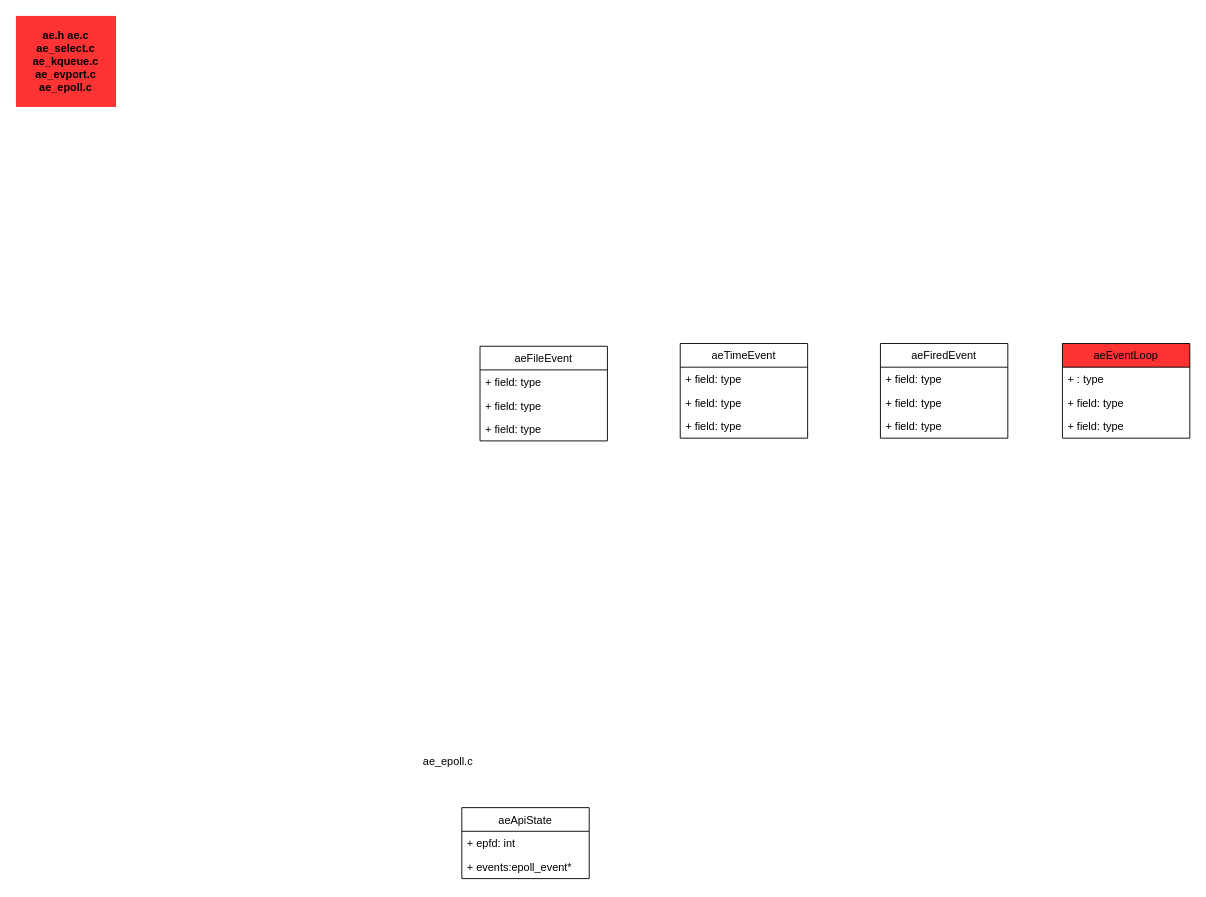
The draw.io diagram page "net & ae" (2 of 7) of redis.drawio in tadsimons/draw, before the edit. Source tidied: cells renumbered, new cells numbered last; positions are measured from the earlier drawing's top-left corner, leaving out a move shared by most shapes. Both pictures are drawn from the tidied source at 91%, with x=0, y=0 at pixel (15, 15).
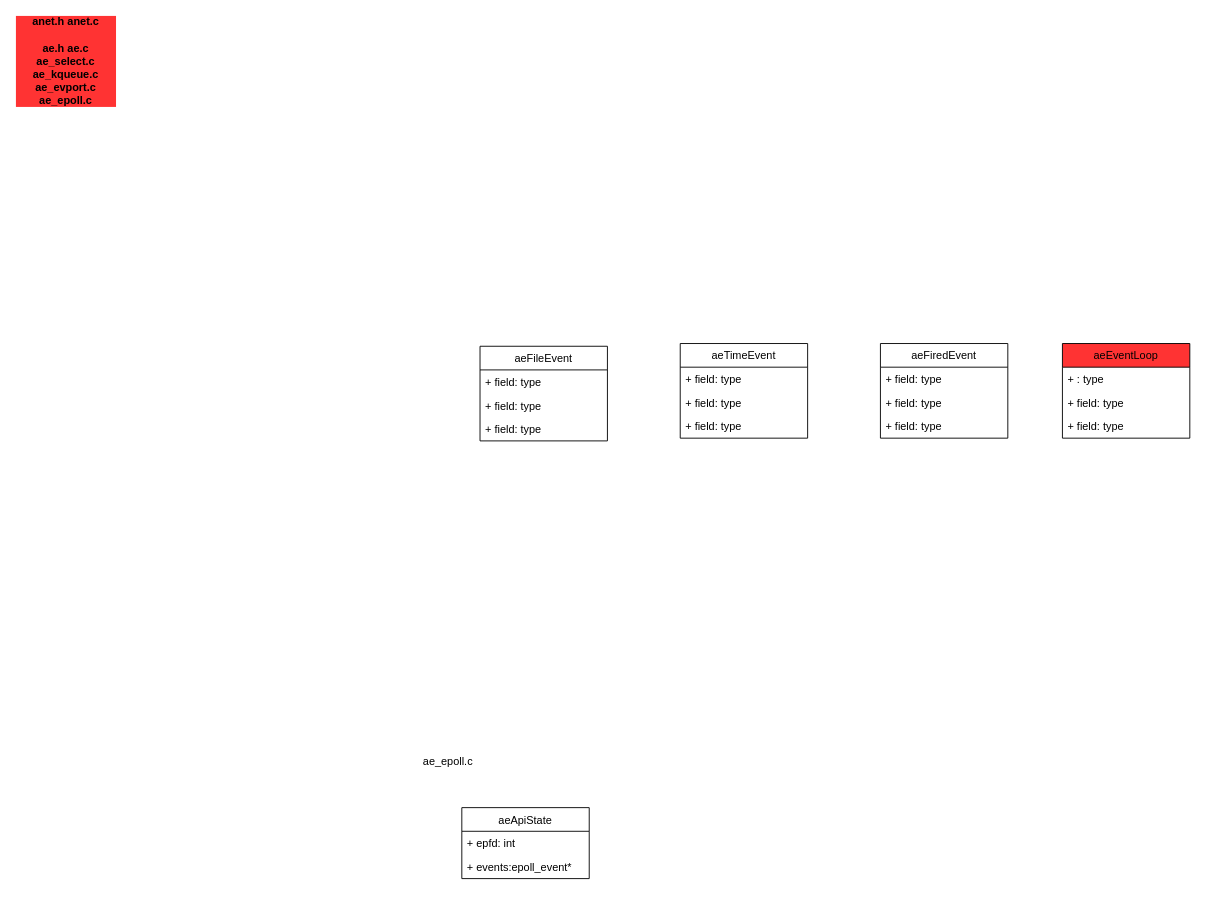
Above is the later version.

The edit, as a diff of the source:
```diff
@@
-    <mxCell id="18" value="&lt;b&gt;ae.h ae.c&lt;br&gt;ae_select.c&lt;br&gt;ae_kqueue.c&lt;br&gt;ae_evport.c&lt;br&gt;ae_epoll.c&lt;/b&gt;" style="text;html=1;strokeColor=none;fillColor=#FF3333;align=center;verticalAlign=middle;whiteSpace=wrap;rounded=0;" parent="1" vertex="1">
+    <mxCell id="18" value="&lt;b&gt;anet.h anet.c&lt;br&gt;&lt;/b&gt;&lt;b&gt;&lt;br&gt;ae.h ae.c&lt;br&gt;ae_select.c&lt;br&gt;ae_kqueue.c&lt;br&gt;ae_evport.c&lt;br&gt;ae_epoll.c&lt;br&gt;&lt;/b&gt;" style="text;html=1;strokeColor=none;fillColor=#FF3333;align=center;verticalAlign=middle;whiteSpace=wrap;rounded=0;" parent="1" vertex="1">
       <mxGeometry width="110" height="100" as="geometry" />
     </mxCell>
```
